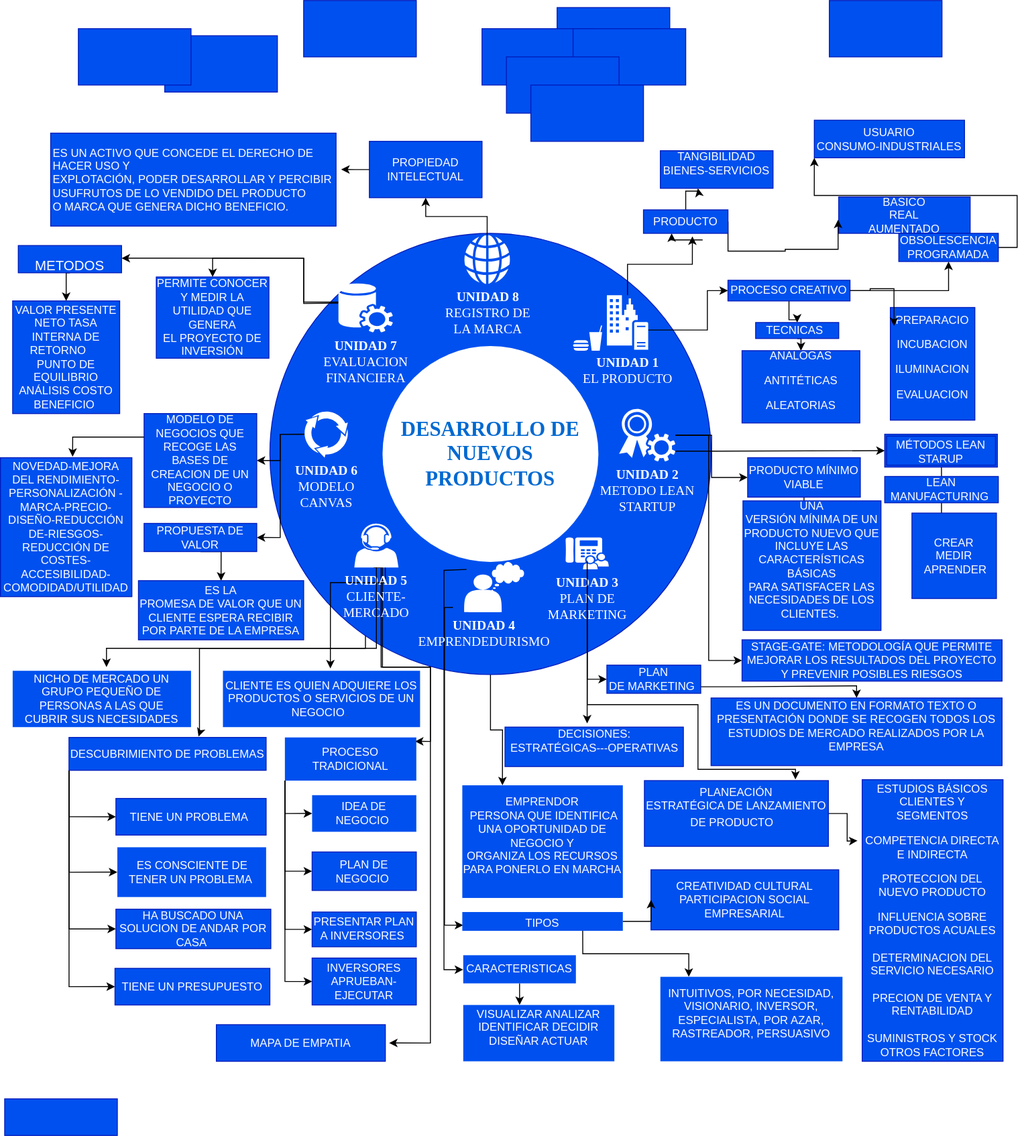
The draw.io diagram user/Diagrama sin título.drawio.svg in fapablo/sistemaescolar, before a commit. Source tidied: cells renumbered, new cells last; positions are measured from the earlier drawing's top-left corner, leaving out a move shared by most shapes.
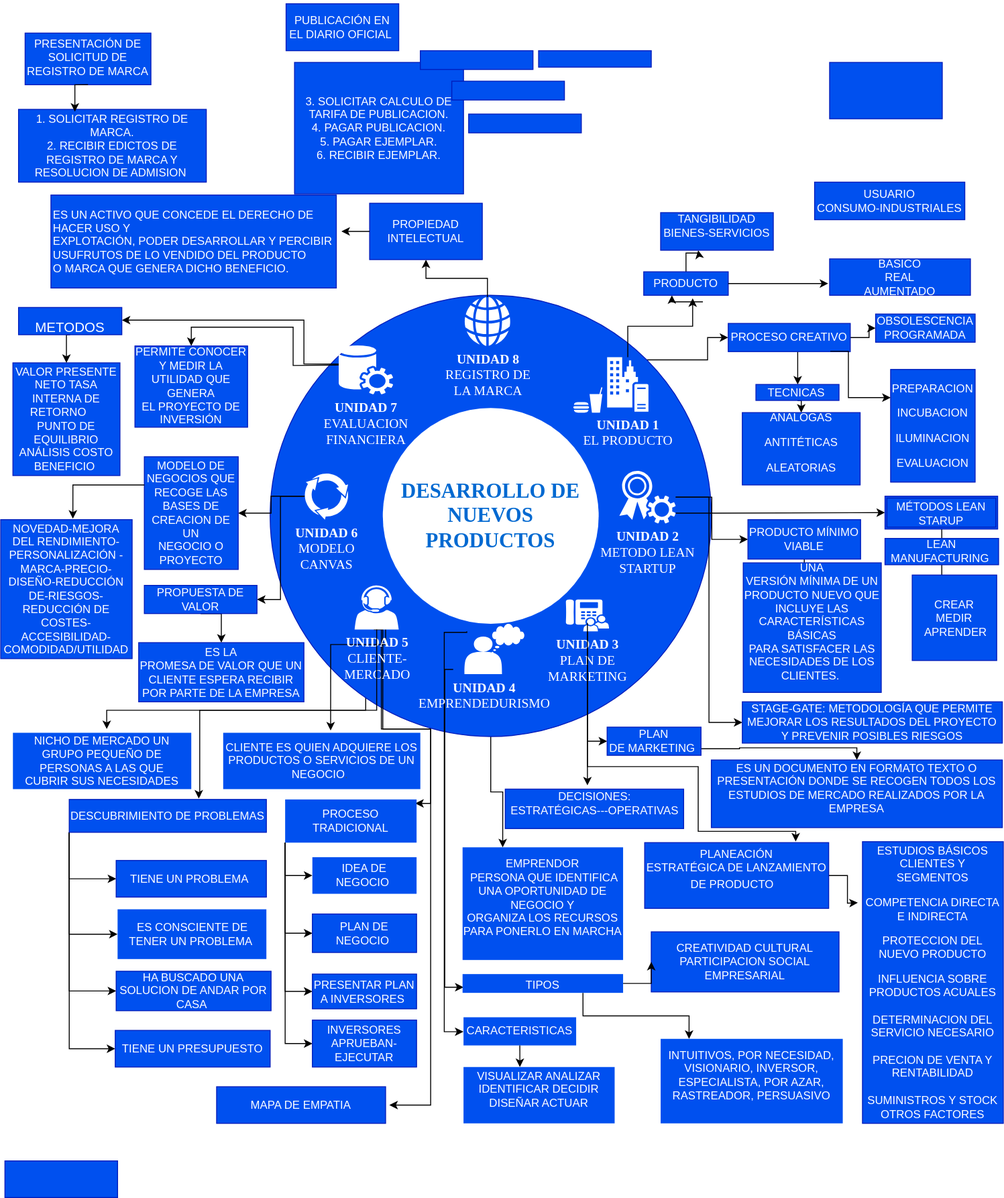
After the change.

Diff of the diagram source:
```diff
@@ -17,6 +17,14 @@
         </Array>
       </mxGeometry>
     </mxCell>
+    <mxCell id="123" style="edgeStyle=orthogonalEdgeStyle;rounded=0;jettySize=auto;html=1;exitX=1;exitY=0;exitDx=0;exitDy=0;entryX=0;entryY=0.5;entryDx=0;entryDy=0;" parent="1" edge="1" source="4" target="36">
+      <mxGeometry relative="1" as="geometry">
+        <Array as="points">
+          <mxPoint x="753" y="317" />
+          <mxPoint x="753" y="293" />
+        </Array>
+      </mxGeometry>
+    </mxCell>
     <mxCell id="4" value="D" style="ellipse;whiteSpace=wrap;html=1;rounded=0;shadow=0;comic=0;strokeWidth=1;fontFamily=Verdana;fontSize=14;strokeColor=#001DBC;fillColor=#0050ef;fontColor=#ffffff;" parent="1" vertex="1">
       <mxGeometry x="287" y="248" width="470" height="470" as="geometry" />
     </mxCell>
@@ -90,14 +98,6 @@
     <mxCell id="16" value="&lt;b&gt;UNIDAD 7&lt;br&gt;&lt;/b&gt;EVALUACION&lt;br&gt;FINANCIERA" style="shadow=0;dashed=0;html=1;strokeColor=none;fillColor=#ffffff;labelPosition=center;verticalLabelPosition=bottom;verticalAlign=top;shape=mxgraph.office.services.central_management_service;rounded=0;comic=0;fontFamily=Verdana;fontSize=14;fontColor=#FFFFFF;" parent="1" vertex="1">
       <mxGeometry x="360" y="301" width="58" height="52.5" as="geometry" />
     </mxCell>
-    <mxCell id="17" style="edgeStyle=orthogonalEdgeStyle;rounded=0;jettySize=auto;html=1;entryX=0;entryY=0.5;entryDx=0;entryDy=0;" parent="1" edge="1" source="18" target="36">
-      <mxGeometry relative="1" as="geometry">
-        <Array as="points">
-          <mxPoint x="753" y="351" />
-          <mxPoint x="753" y="309" />
-        </Array>
-      </mxGeometry>
-    </mxCell>
     <mxCell id="18" value="&lt;b&gt;UNIDAD 1&lt;br&gt;&lt;/b&gt;EL PRODUCTO" style="shadow=0;dashed=0;html=1;strokeColor=none;fillColor=#ffffff;labelPosition=center;verticalLabelPosition=bottom;verticalAlign=top;shape=mxgraph.office.servers.on_premises_server;rounded=0;comic=0;fontFamily=Verdana;fontSize=14;fontColor=#FFFFFF;" parent="1" vertex="1">
       <mxGeometry x="646" y="314" width="44" height="58" as="geometry" />
     </mxCell>
@@ -138,14 +138,11 @@
         <mxPoint x="743" y="200" as="targetPoint" />
       </mxGeometry>
     </mxCell>
-    <mxCell id="29" style="edgeStyle=orthogonalEdgeStyle;rounded=0;jettySize=auto;html=1;exitX=1;exitY=0.5;exitDx=0;exitDy=0;entryX=0;entryY=1;entryDx=0;entryDy=0;" parent="1" edge="1" source="120" target="33">
-      <mxGeometry relative="1" as="geometry" />
-    </mxCell>
     <mxCell id="30" style="shape=mxgraph.signs.food.fast_food;html=1;verticalLabelPosition=bottom;verticalAlign=top;align=center;sketch=0;strokeColor=none;" parent="1" vertex="1">
       <mxGeometry x="610" y="346" width="31" height="27" as="geometry" />
     </mxCell>
     <mxCell id="31" value="BASICO&lt;br&gt;REAL&lt;br&gt;AUMENTADO" style="whiteSpace=wrap;html=1;fillColor=#0050ef;strokeColor=#001DBC;fontColor=#ffffff;" parent="1" vertex="1">
-      <mxGeometry x="893" y="209.2" width="140" height="38.8" as="geometry" />
+      <mxGeometry x="883" y="209.2" width="150" height="38.8" as="geometry" />
     </mxCell>
     <mxCell id="32" value="TANGIBILIDAD BIENES-SERVICIOS&lt;p class=&quot;MsoNormal&quot;&gt;&lt;/p&gt;" style="whiteSpace=wrap;html=1;fillColor=#0050ef;strokeColor=#001DBC;fontColor=#ffffff;" parent="1" vertex="1">
       <mxGeometry x="703" y="160" width="120" height="40" as="geometry" />
@@ -154,15 +151,20 @@
       <mxGeometry x="867" y="127.5" width="160" height="40" as="geometry" />
     </mxCell>
     <mxCell id="34" style="edgeStyle=orthogonalEdgeStyle;rounded=0;jettySize=auto;html=1;" parent="1" edge="1" source="36" target="39">
-      <mxGeometry relative="1" as="geometry" />
+      <mxGeometry relative="1" as="geometry">
+        <Array as="points">
+          <mxPoint x="849" y="320" />
+          <mxPoint x="849" y="320" />
+        </Array>
+      </mxGeometry>
     </mxCell>
     <mxCell id="35" style="edgeStyle=orthogonalEdgeStyle;rounded=0;jettySize=auto;html=1;" parent="1" edge="1" source="36" target="120">
       <mxGeometry relative="1" as="geometry" />
     </mxCell>
     <mxCell id="36" value="&lt;span style=&quot;background-color: initial;&quot;&gt;PROCESO CREATIVO&lt;/span&gt;" style="rounded=0;whiteSpace=wrap;html=1;fillColor=#0050ef;fontColor=#ffffff;strokeColor=#001DBC;" parent="1" vertex="1">
-      <mxGeometry x="775" y="298" width="130" height="22" as="geometry" />
+      <mxGeometry x="775" y="278" width="130" height="30" as="geometry" />
     </mxCell>
-    <mxCell id="37" value="&lt;br&gt;&lt;br&gt;&lt;br&gt;&lt;p class=&quot;MsoNormal&quot;&gt;PREPARACIO&lt;/p&gt;&lt;span style=&quot;background-color: initial;&quot;&gt;INCUBACION&lt;/span&gt;&lt;br&gt;&lt;p class=&quot;MsoNormal&quot;&gt;ILUMINACION&lt;/p&gt;&lt;p class=&quot;MsoNormal&quot;&gt;&lt;span style=&quot;background-color: initial;&quot;&gt;EVALUACION&lt;/span&gt;&lt;/p&gt;&lt;br&gt;&lt;br&gt;&lt;br&gt;&lt;br&gt;" style="rounded=0;whiteSpace=wrap;html=1;fillColor=#0050ef;fontColor=#ffffff;strokeColor=#001DBC;" parent="1" vertex="1">
+    <mxCell id="37" value="&lt;br&gt;&lt;br&gt;&lt;br&gt;&lt;p class=&quot;MsoNormal&quot;&gt;PREPARACION&lt;/p&gt;&lt;span style=&quot;background-color: initial;&quot;&gt;INCUBACION&lt;/span&gt;&lt;br&gt;&lt;p class=&quot;MsoNormal&quot;&gt;ILUMINACION&lt;/p&gt;&lt;p class=&quot;MsoNormal&quot;&gt;&lt;span style=&quot;background-color: initial;&quot;&gt;EVALUACION&lt;/span&gt;&lt;/p&gt;&lt;br&gt;&lt;br&gt;&lt;br&gt;" style="rounded=0;whiteSpace=wrap;html=1;fillColor=#0050ef;fontColor=#ffffff;strokeColor=#001DBC;" parent="1" vertex="1">
       <mxGeometry x="948" y="327" width="90" height="120" as="geometry" />
     </mxCell>
     <mxCell id="38" style="edgeStyle=orthogonalEdgeStyle;rounded=0;jettySize=auto;html=1;exitX=0.5;exitY=1;exitDx=0;exitDy=0;entryX=0.5;entryY=0;entryDx=0;entryDy=0;" parent="1" edge="1" source="39" target="40">
@@ -370,38 +372,38 @@
     <mxCell id="93" value="TIENE UN PRESUPUESTO" style="rounded=0;whiteSpace=wrap;html=1;strokeColor=#001DBC;fillColor=#0050ef;fontColor=#ffffff;" parent="1" vertex="1">
       <mxGeometry x="122" y="1031" width="165" height="39" as="geometry" />
     </mxCell>
-    <mxCell id="94" style="rounded=0;whiteSpace=wrap;html=1;fillColor=#0050ef;fontColor=#ffffff;strokeColor=#001DBC;" parent="1" vertex="1">
-      <mxGeometry x="323" width="120" height="60" as="geometry" />
+    <mxCell id="94" value="3. SOLICITAR CALCULO DE TARIFA DE PUBLICACION.&lt;br&gt;4. PAGAR PUBLICACION.&lt;br&gt;5. PAGAR EJEMPLAR.&lt;br&gt;6. RECIBIR EJEMPLAR." style="rounded=0;whiteSpace=wrap;html=1;fillColor=#0050ef;fontColor=#ffffff;strokeColor=#001DBC;" parent="1" vertex="1">
+      <mxGeometry x="313" width="180" height="140" as="geometry" />
     </mxCell>
     <mxCell id="95" style="rounded=0;whiteSpace=wrap;html=1;fillColor=#0050ef;fontColor=#ffffff;strokeColor=#001DBC;" parent="1" vertex="1">
-      <mxGeometry x="593" y="7.5" width="120" height="60" as="geometry" />
+      <mxGeometry x="573" y="-12.5" width="120" height="17.5" as="geometry" />
     </mxCell>
     <mxCell id="96" style="rounded=0;whiteSpace=wrap;html=1;fillColor=#0050ef;fontColor=#ffffff;strokeColor=#001DBC;" parent="1" vertex="1">
-      <mxGeometry x="513" y="30" width="120" height="60" as="geometry" />
+      <mxGeometry x="480.5" y="20" width="120" height="20" as="geometry" />
     </mxCell>
     <mxCell id="97" style="rounded=0;whiteSpace=wrap;html=1;fillColor=#0050ef;fontColor=#ffffff;strokeColor=#001DBC;" parent="1" vertex="1">
-      <mxGeometry x="610" y="30" width="120" height="60" as="geometry" />
+      <mxGeometry x="498.5" y="55" width="120" height="20" as="geometry" />
     </mxCell>
-    <mxCell id="98" style="rounded=0;whiteSpace=wrap;html=1;fillColor=#0050ef;fontColor=#ffffff;strokeColor=#001DBC;" parent="1" vertex="1">
-      <mxGeometry x="175" y="37.5" width="120" height="60" as="geometry" />
+    <mxCell id="98" value="1. SOLICITAR REGISTRO DE MARCA.&lt;br&gt;2. RECIBIR EDICTOS DE REGISTRO DE MARCA Y RESOLUCION DE ADMISION&amp;nbsp;" style="rounded=0;whiteSpace=wrap;html=1;fillColor=#0050ef;fontColor=#ffffff;strokeColor=#001DBC;" parent="1" vertex="1">
+      <mxGeometry x="19" y="50" width="200" height="77.5" as="geometry" />
     </mxCell>
     <mxCell id="99" style="rounded=0;whiteSpace=wrap;html=1;fillColor=#0050ef;fontColor=#ffffff;strokeColor=#001DBC;" parent="1" vertex="1">
-      <mxGeometry x="539" y="60" width="120" height="60" as="geometry" />
+      <mxGeometry x="447" y="-12.5" width="120" height="20" as="geometry" />
     </mxCell>
     <mxCell id="100" style="rounded=0;whiteSpace=wrap;html=1;fillColor=#0050ef;fontColor=#ffffff;strokeColor=#001DBC;" parent="1" vertex="1">
       <mxGeometry x="883" width="120" height="60" as="geometry" />
     </mxCell>
-    <mxCell id="101" style="rounded=0;whiteSpace=wrap;html=1;fillColor=#0050ef;fontColor=#ffffff;strokeColor=#001DBC;" parent="1" vertex="1">
-      <mxGeometry x="83" y="30" width="120" height="60" as="geometry" />
+    <mxCell id="101" value="&lt;p class=&quot;MsoNormal&quot;&gt;&lt;span style=&quot;background-color: initial;&quot;&gt;&lt;br&gt;&lt;/span&gt;&lt;/p&gt;&lt;p class=&quot;MsoNormal&quot;&gt;&lt;span style=&quot;background-color: initial;&quot;&gt;PRESENTACIÓN DE SOLICITUD DE REGISTRO DE MARCA&lt;/span&gt;&lt;/p&gt;&lt;br&gt;&lt;span style=&quot;box-sizing: border-box;display:inline-block;flex: 0 0 42px&quot;&gt;&lt;/span&gt;" style="rounded=0;whiteSpace=wrap;html=1;fillColor=#0050ef;fontColor=#ffffff;strokeColor=#001DBC;" parent="1" vertex="1">
+      <mxGeometry x="26" y="-31.2" width="134" height="55" as="geometry" />
     </mxCell>
     <mxCell id="102" value="&lt;p class=&quot;MsoNormal&quot;&gt;&lt;/p&gt;&lt;div style=&quot;&quot;&gt;&lt;span style=&quot;background-color: initial;&quot;&gt;ES UN ACTIVO QUE CONCEDE EL DERECHO DE HACER USO Y&lt;/span&gt;&lt;/div&gt;&lt;div style=&quot;&quot;&gt;&lt;span style=&quot;background-color: initial;&quot;&gt;EXPLOTACIÓN, PODER DESARROLLAR Y PERCIBIR USUFRUTOS DE LO VENDIDO DEL PRODUCTO&lt;/span&gt;&lt;/div&gt;&lt;div style=&quot;&quot;&gt;&lt;span style=&quot;background-color: initial;&quot;&gt;O MARCA QUE GENERA DICHO BENEFICIO.&lt;/span&gt;&lt;/div&gt;&lt;p&gt;&lt;/p&gt;" style="rounded=0;whiteSpace=wrap;html=1;fillColor=#0050ef;fontColor=#ffffff;strokeColor=#001DBC;align=left;" parent="1" vertex="1">
       <mxGeometry x="53.5" y="141.2" width="304" height="99" as="geometry" />
     </mxCell>
-    <mxCell id="103" style="rounded=0;whiteSpace=wrap;html=1;fillColor=#0050ef;fontColor=#ffffff;strokeColor=#001DBC;" parent="1" vertex="1">
-      <mxGeometry x="565" y="90" width="120" height="60" as="geometry" />
+    <mxCell id="103" value="&lt;span style=&quot;background-color: initial;&quot;&gt;&lt;br&gt;PUBLICACIÓN EN EL DIARIO OFICIAL&amp;nbsp;&lt;/span&gt;&lt;br&gt;&lt;span style=&quot;box-sizing: border-box;display:inline-block;flex: 0 0 42px&quot;&gt;&lt;span style=&quot;box-sizing: border-box;border-radius: 3px;display:inline-block;&lt;br/&gt;min-width: 19px&quot;&gt;&lt;br&gt;&lt;/span&gt;&lt;/span&gt;" style="rounded=0;whiteSpace=wrap;html=1;fillColor=#0050ef;fontColor=#ffffff;strokeColor=#001DBC;" parent="1" vertex="1">
+      <mxGeometry x="304" y="-62.5" width="120" height="50" as="geometry" />
     </mxCell>
     <mxCell id="104" value="PERMITE CONOCER Y MEDIR LA UTILIDAD QUE GENERA&lt;br/&gt;EL PROYECTO DE INVERSIÓN" style="rounded=0;whiteSpace=wrap;html=1;fillColor=#0050ef;fontColor=#ffffff;strokeColor=#001DBC;" parent="1" vertex="1">
-      <mxGeometry x="166" y="294.5" width="120" height="86.5" as="geometry" />
+      <mxGeometry x="143" y="302" width="120" height="86.5" as="geometry" />
     </mxCell>
     <mxCell id="105" value="&lt;p class=&quot;MsoNormal&quot;&gt;NOVEDAD-MEJORA DEL RENDIMIENTO-PERSONALIZACIÓN -MARCA-PRECIO-DISEÑO-REDUCCIÓN DE-RIESGOS-REDUCCIÓN DE COSTES-ACCESIBILIDAD-COMODIDAD/UTILIDAD&lt;/p&gt;" style="rounded=0;whiteSpace=wrap;html=1;fillColor=#0050ef;fontColor=#ffffff;strokeColor=#001DBC;" parent="1" vertex="1">
       <mxGeometry y="487" width="140" height="148" as="geometry" />
@@ -428,7 +430,7 @@
       <mxGeometry x="153" y="557" width="120" height="30" as="geometry" />
     </mxCell>
     <mxCell id="113" value="&lt;p class=&quot;MsoNormal&quot;&gt;MODELO DE NEGOCIOS QUE RECOGE LAS BASES DE CREACION DE UN&lt;br/&gt;NEGOCIO O PROYECTO&lt;/p&gt;" style="rounded=0;whiteSpace=wrap;html=1;fillColor=#0050ef;fontColor=#ffffff;strokeColor=#001DBC;" parent="1" vertex="1">
-      <mxGeometry x="153" y="440" width="120" height="100" as="geometry" />
+      <mxGeometry x="153" y="420" width="100" height="120" as="geometry" />
     </mxCell>
     <mxCell id="114" style="edgeStyle=orthogonalEdgeStyle;rounded=0;jettySize=auto;html=1;entryX=0.526;entryY=-0.067;entryDx=0;entryDy=0;entryPerimeter=0;" parent="1" edge="1" source="10" target="74">
       <mxGeometry relative="1" as="geometry">
@@ -444,22 +446,19 @@
     <mxCell id="116" style="edgeStyle=orthogonalEdgeStyle;rounded=0;jettySize=auto;html=1;entryX=0.579;entryY=1.13;entryDx=0;entryDy=0;entryPerimeter=0;" parent="1" edge="1" source="18" target="122">
       <mxGeometry relative="1" as="geometry" />
     </mxCell>
-    <mxCell id="117" style="edgeStyle=orthogonalEdgeStyle;rounded=0;jettySize=auto;html=1;exitX=1;exitY=0.5;exitDx=0;exitDy=0;entryX=-0.005;entryY=0.625;entryDx=0;entryDy=0;entryPerimeter=0;" parent="1" edge="1" source="122" target="31">
-      <mxGeometry relative="1" as="geometry">
-        <Array as="points">
-          <mxPoint x="836" y="267" />
-          <mxPoint x="836" y="265" />
-        </Array>
-      </mxGeometry>
-    </mxCell>
     <mxCell id="118" style="edgeStyle=orthogonalEdgeStyle;rounded=0;jettySize=auto;html=1;entryX=1.018;entryY=0.391;entryDx=0;entryDy=0;entryPerimeter=0;" parent="1" edge="1" source="106" target="102">
       <mxGeometry relative="1" as="geometry" />
     </mxCell>
-    <mxCell id="119" style="edgeStyle=orthogonalEdgeStyle;rounded=0;jettySize=auto;html=1;exitX=1;exitY=0.5;exitDx=0;exitDy=0;entryX=0.043;entryY=0.164;entryDx=0;entryDy=0;entryPerimeter=0;" parent="1" edge="1" source="36" target="37">
-      <mxGeometry relative="1" as="geometry" />
+    <mxCell id="119" style="edgeStyle=orthogonalEdgeStyle;rounded=0;jettySize=auto;html=1;exitX=0.836;exitY=0.986;exitDx=0;exitDy=0;entryX=0;entryY=0.25;entryDx=0;entryDy=0;exitPerimeter=0;" parent="1" edge="1" source="36" target="37">
+      <mxGeometry relative="1" as="geometry">
+        <Array as="points">
+          <mxPoint x="903" y="308" />
+          <mxPoint x="903" y="357" />
+        </Array>
+      </mxGeometry>
     </mxCell>
     <mxCell id="120" value="&lt;span style=&quot;line-height: 107%;&quot;&gt;&lt;font style=&quot;font-size: 12px;&quot;&gt;OBSOLESCENCIA&lt;/font&gt;&lt;br&gt;&lt;font style=&quot;font-size: 12px;&quot;&gt;PROGRAMADA&lt;/font&gt;&lt;/span&gt;&lt;font style=&quot;font-size: 13px;&quot;&gt;&lt;br&gt;&lt;/font&gt;" style="rounded=0;whiteSpace=wrap;html=1;fillColor=#0050ef;strokeColor=#001DBC;fontColor=#ffffff;" parent="1" vertex="1">
-      <mxGeometry x="957" y="248" width="106" height="30" as="geometry" />
+      <mxGeometry x="932" y="268" width="106" height="30" as="geometry" />
     </mxCell>
     <mxCell id="121" style="edgeStyle=orthogonalEdgeStyle;rounded=0;jettySize=auto;html=1;entryX=0.333;entryY=1;entryDx=0;entryDy=0;entryPerimeter=0;" parent="1" edge="1" target="122">
       <mxGeometry relative="1" as="geometry">
@@ -469,5 +468,11 @@
     <mxCell id="122" value="PRODUCTO" style="whiteSpace=wrap;html=1;align=center;verticalAlign=middle;fillColor=#0050ef;strokeColor=#001DBC;fontColor=#ffffff;" parent="1" vertex="1">
       <mxGeometry x="685" y="223" width="90" height="25" as="geometry" />
     </mxCell>
+    <mxCell id="117" style="edgeStyle=orthogonalEdgeStyle;rounded=0;jettySize=auto;html=1;exitX=1;exitY=0.5;exitDx=0;exitDy=0;entryX=-0.01;entryY=0.678;entryDx=0;entryDy=0;entryPerimeter=0;" parent="1" edge="1" source="122" target="31">
+      <mxGeometry relative="1" as="geometry" />
+    </mxCell>
+    <mxCell id="124" style="edgeStyle=orthogonalEdgeStyle;rounded=0;jettySize=auto;html=1;exitX=0.5;exitY=1;exitDx=0;exitDy=0;entryX=0.3;entryY=0.032;entryDx=0;entryDy=0;entryPerimeter=0;" parent="1" edge="1" source="101" target="98">
+      <mxGeometry relative="1" as="geometry" />
+    </mxCell>
   </root>
 </mxGraphModel>
```
